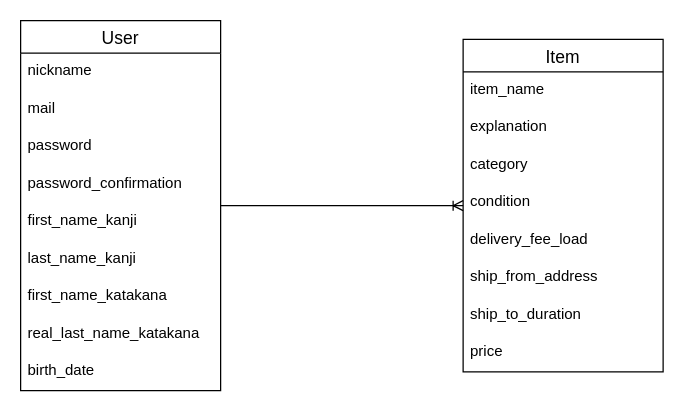
Before: er_illustration.dio in Lubellum/furima-36670, a draw.io diagram. Source tidied: cells renumbered, new cells numbered last; positions are measured from the earlier drawing's top-left corner, leaving out a move shared by most shapes. Both pictures are drawn from the tidied source at 125%, with x=0, y=0 at pixel (20, 20).
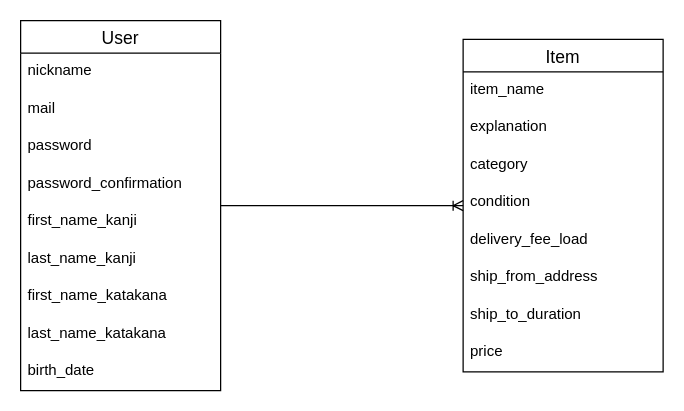
The same diagram, later.

Commit message:
本名カラムの名称を変更(追記)

The change refers to these unchanged cells:
```xml
<mxCell id="2" value="User" style="swimlane;fontStyle=0;horizontal=1;startSize=26;align=center;fontSize=14;direction=east;" parent="1" vertex="1">
  <mxGeometry width="160" height="296" as="geometry" />
</mxCell>
```

What changed in the source:
```diff
@@
-    <mxCell id="10" value="real_last_name_katakana" style="text;strokeColor=none;fillColor=none;spacingLeft=4;spacingRight=4;overflow=hidden;fontSize=12;verticalAlign=top;align=left;fontStyle=0;" parent="2" vertex="1">
+    <mxCell id="10" value="last_name_katakana" style="text;strokeColor=none;fillColor=none;spacingLeft=4;spacingRight=4;overflow=hidden;fontSize=12;verticalAlign=top;align=left;fontStyle=0;" parent="2" vertex="1">
       <mxGeometry y="236" width="160" height="30" as="geometry" />
     </mxCell>
```
